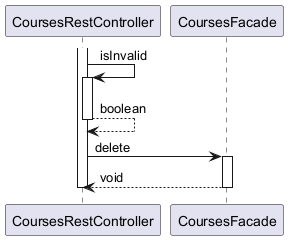
OlegSopilnyak/school-demo keeps this PlantUML diagram as ingress/documentation/html/images/Education.Courses.deleteCourse.puml.png.png. Above is the earlier version. The source it was exported from:
```plantuml
@startuml

participant CoursesRestController
participant CoursesFacade

activate CoursesRestController
	CoursesRestController -> CoursesRestController : isInvalid
	activate CoursesRestController
		CoursesRestController --> CoursesRestController : boolean
	deactivate CoursesRestController
	CoursesRestController -> CoursesFacade : delete
	activate CoursesFacade
		CoursesFacade --> CoursesRestController : void
	deactivate CoursesFacade
deactivate CoursesRestController

@enduml
```
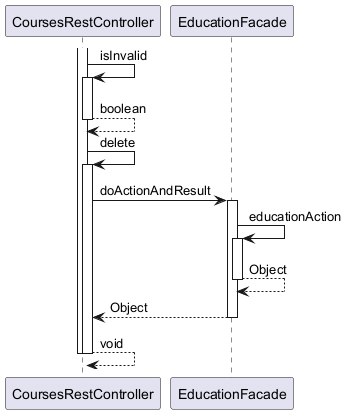
The same file after the commit.

What changed in the source:
```diff
@@ -1,17 +1,25 @@
 @startuml
 
 participant CoursesRestController
-participant CoursesFacade
+participant EducationFacade
 
 activate CoursesRestController
 	CoursesRestController -> CoursesRestController : isInvalid
 	activate CoursesRestController
 		CoursesRestController --> CoursesRestController : boolean
 	deactivate CoursesRestController
-	CoursesRestController -> CoursesFacade : delete
-	activate CoursesFacade
-		CoursesFacade --> CoursesRestController : void
-	deactivate CoursesFacade
+	CoursesRestController -> CoursesRestController : delete
+	activate CoursesRestController
+		CoursesRestController -> EducationFacade : doActionAndResult
+		activate EducationFacade
+			EducationFacade -> EducationFacade : educationAction
+			activate EducationFacade
+				EducationFacade --> EducationFacade : Object
+			deactivate EducationFacade
+			EducationFacade --> CoursesRestController : Object
+		deactivate EducationFacade
+		CoursesRestController --> CoursesRestController : void
+	deactivate CoursesRestController
 deactivate CoursesRestController
 
 @enduml
```
